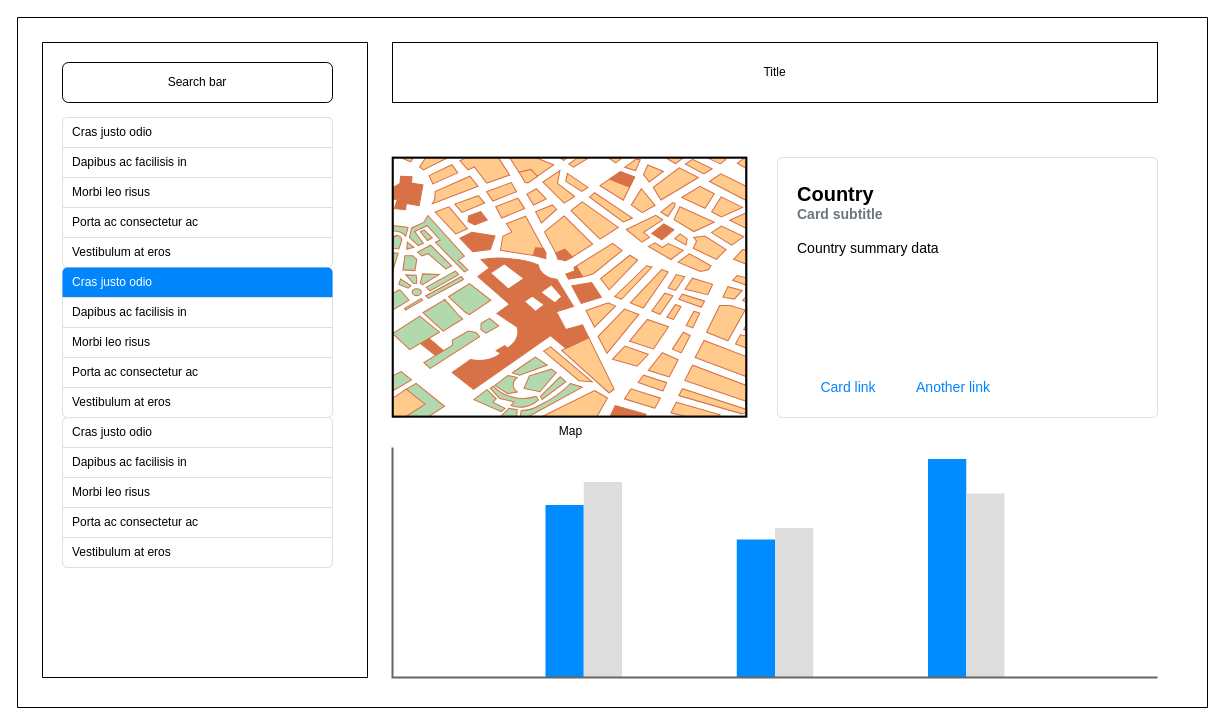
Before: page "Mockup" (1 of 2) of wireframes/covid-api.drawio in tang-jh/covid-api-data, a draw.io diagram. Source tidied: cells renumbered, new cells numbered last; positions are measured from the earlier drawing's top-left corner, leaving out a move shared by most shapes. Both pictures are drawn from the tidied source at 100%, with x=0, y=0 at pixel (17, 17).
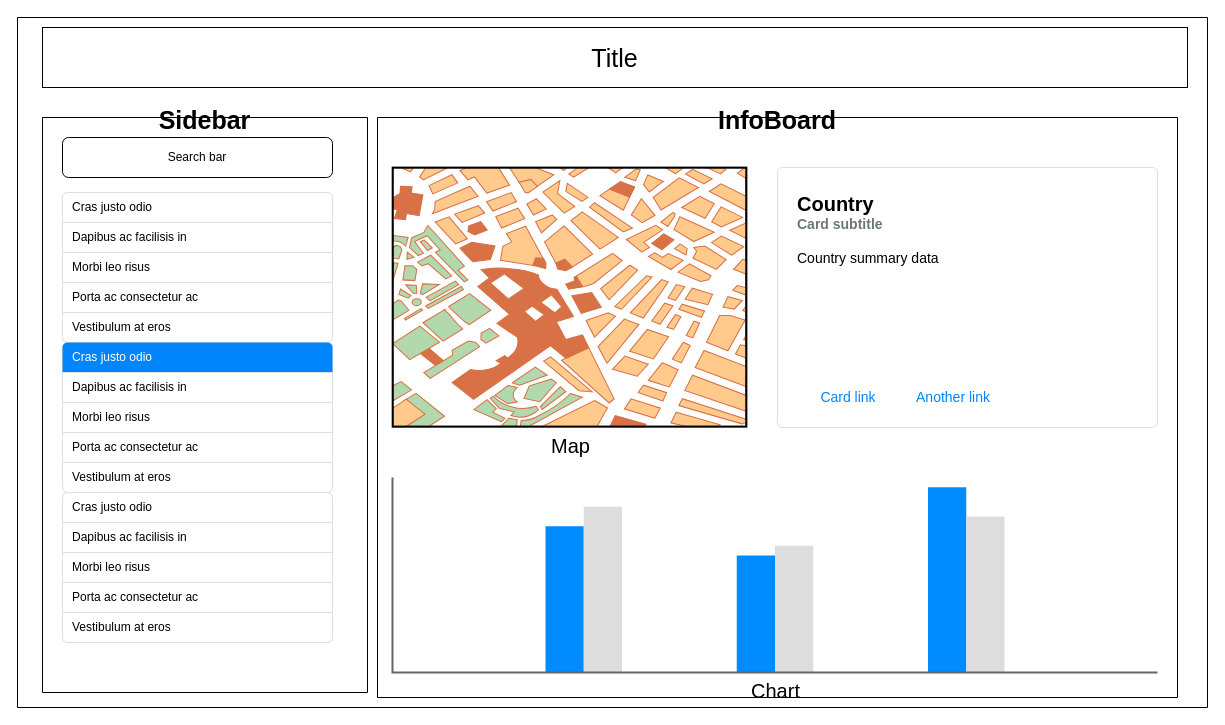
The same page after the edit.

Unchanged cells that the change refers to:
```xml
<mxCell id="2" style="swimlane;startSize=0;" parent="1" vertex="1">
  <mxGeometry width="1190" height="690" as="geometry" />
</mxCell>
```

What changed in the source:
```diff
@@
-    <mxCell id="3" value="Title" style="rounded=0;whiteSpace=wrap;html=1;" parent="2" vertex="1">
-      <mxGeometry x="375" y="25" width="765" height="60" as="geometry" />
+    <mxCell id="3" value="Title" style="rounded=0;whiteSpace=wrap;html=1;fontSize=25;" parent="2" vertex="1">
+      <mxGeometry x="25" y="10" width="1145" height="60" as="geometry" />
     </mxCell>
-    <mxCell id="4" style="swimlane;startSize=0;" parent="2" vertex="1">
-      <mxGeometry x="25" y="25" width="325" height="635" as="geometry" />
+    <mxCell id="4" value="Sidebar" style="swimlane;startSize=0;fontSize=25;" parent="2" vertex="1">
+      <mxGeometry x="25" y="100" width="325" height="575" as="geometry" />
     </mxCell>
@@
+    <mxCell id="29" value="InfoBoard" style="swimlane;startSize=0;fontSize=25;" parent="2" vertex="1">
+      <mxGeometry x="360" y="100" width="800" height="580" as="geometry" />
+    </mxCell>
+    <mxCell id="28" value="Chart" style="verticalLabelPosition=bottom;shadow=0;dashed=0;align=center;html=1;verticalAlign=top;strokeWidth=1;shape=mxgraph.mockup.graphics.columnChart;strokeColor=none;strokeColor2=none;strokeColor3=#666666;fillColor2=#008cff;fillColor3=#dddddd;fontSize=20;" parent="29" vertex="1">
+      <mxGeometry x="15" y="360" width="765" height="195" as="geometry" />
+    </mxCell>
-    <mxCell id="24" value="Map" style="verticalLabelPosition=bottom;shadow=0;dashed=0;align=center;html=1;verticalAlign=top;strokeWidth=1;shape=mxgraph.mockup.misc.map;" parent="2" vertex="1">
-      <mxGeometry x="375" y="140" width="355" height="260" as="geometry" />
+    <mxCell id="24" value="Map" style="verticalLabelPosition=bottom;shadow=0;dashed=0;align=center;html=1;verticalAlign=top;strokeWidth=1;shape=mxgraph.mockup.misc.map;fontSize=20;" parent="29" vertex="1">
+      <mxGeometry x="15" y="50" width="355" height="260" as="geometry" />
     </mxCell>
-    <mxCell id="25" value="&lt;b&gt;&lt;font style=&quot;font-size: 20px&quot;&gt;Country&lt;/font&gt;&lt;/b&gt;&lt;font color=&quot;#6c767d&quot;&gt;&lt;b&gt;&lt;font style=&quot;font-size: 14px&quot;&gt;&lt;br style=&quot;font-size: 10px&quot;&gt;Card subtitle&lt;br&gt;&lt;/font&gt;&lt;/b&gt;&lt;/font&gt;&lt;br style=&quot;font-size: 14px&quot;&gt;Country summary data" style="html=1;shadow=0;dashed=0;shape=mxgraph.bootstrap.rrect;rSize=5;strokeColor=#DFDFDF;html=1;whiteSpace=wrap;fillColor=#ffffff;fontColor=#000000;verticalAlign=top;align=left;spacing=20;fontSize=14;" parent="2" vertex="1">
-      <mxGeometry x="760" y="140" width="380" height="260" as="geometry" />
+    <mxCell id="25" value="&lt;b&gt;&lt;font style=&quot;font-size: 20px&quot;&gt;Country&lt;/font&gt;&lt;/b&gt;&lt;font color=&quot;#6c767d&quot;&gt;&lt;b&gt;&lt;font style=&quot;font-size: 14px&quot;&gt;&lt;br style=&quot;font-size: 10px&quot;&gt;Card subtitle&lt;br&gt;&lt;/font&gt;&lt;/b&gt;&lt;/font&gt;&lt;br style=&quot;font-size: 14px&quot;&gt;Country summary data" style="html=1;shadow=0;dashed=0;shape=mxgraph.bootstrap.rrect;rSize=5;strokeColor=#DFDFDF;html=1;whiteSpace=wrap;fillColor=#ffffff;fontColor=#000000;verticalAlign=top;align=left;spacing=20;fontSize=14;" parent="29" vertex="1">
+      <mxGeometry x="400" y="50" width="380" height="260" as="geometry" />
     </mxCell>
@@
-    <mxCell id="28" style="verticalLabelPosition=bottom;shadow=0;dashed=0;align=center;html=1;verticalAlign=top;strokeWidth=1;shape=mxgraph.mockup.graphics.columnChart;strokeColor=none;strokeColor2=none;strokeColor3=#666666;fillColor2=#008cff;fillColor3=#dddddd;" parent="2" vertex="1">
-      <mxGeometry x="375" y="430" width="765" height="230" as="geometry" />
-    </mxCell>
```
